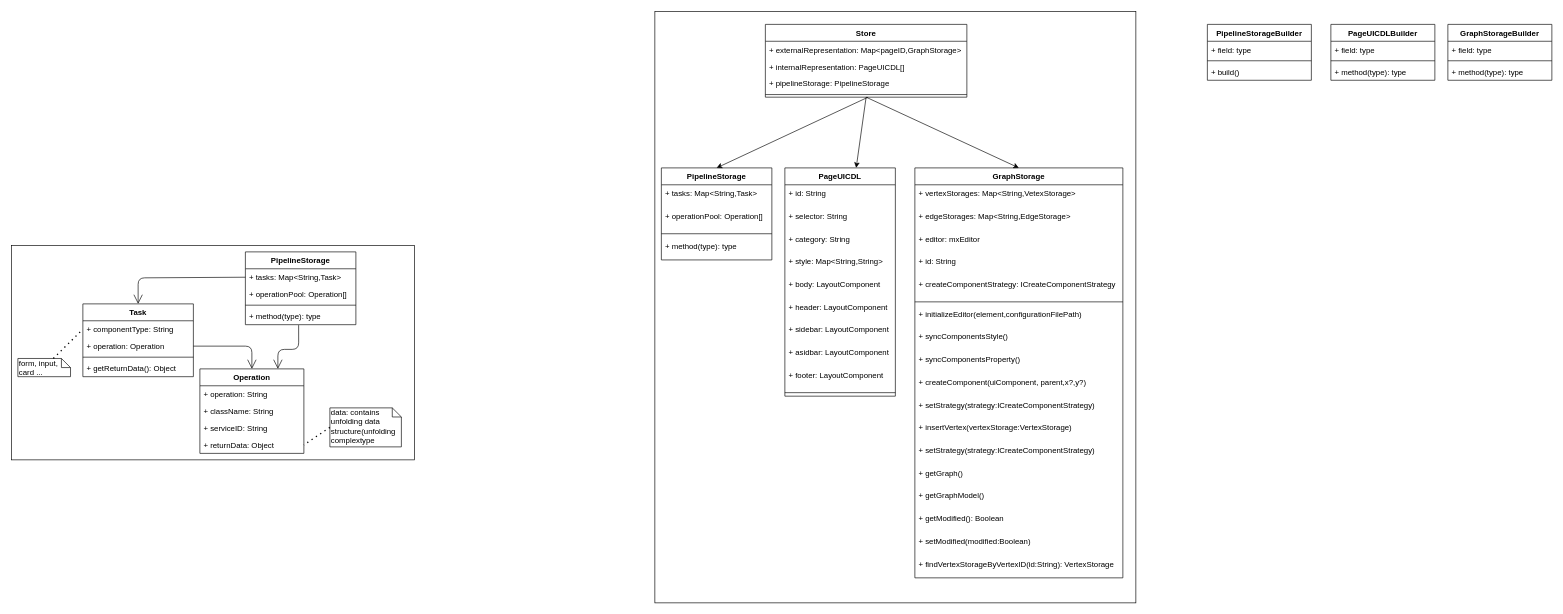
Above: page "Page-3" (3 of 10) of src/design/SystemArchitecture/UIClassDiagram.drawio in MingHsuan0313/UI-Design-Client (draw.io), before the change. Source tidied: cells renumbered, new cells numbered last; positions are measured from the earlier drawing's top-left corner, leaving out a move shared by most shapes. Both pictures are drawn from the tidied source at 65%, with x=0, y=0 at pixel (11, 11).
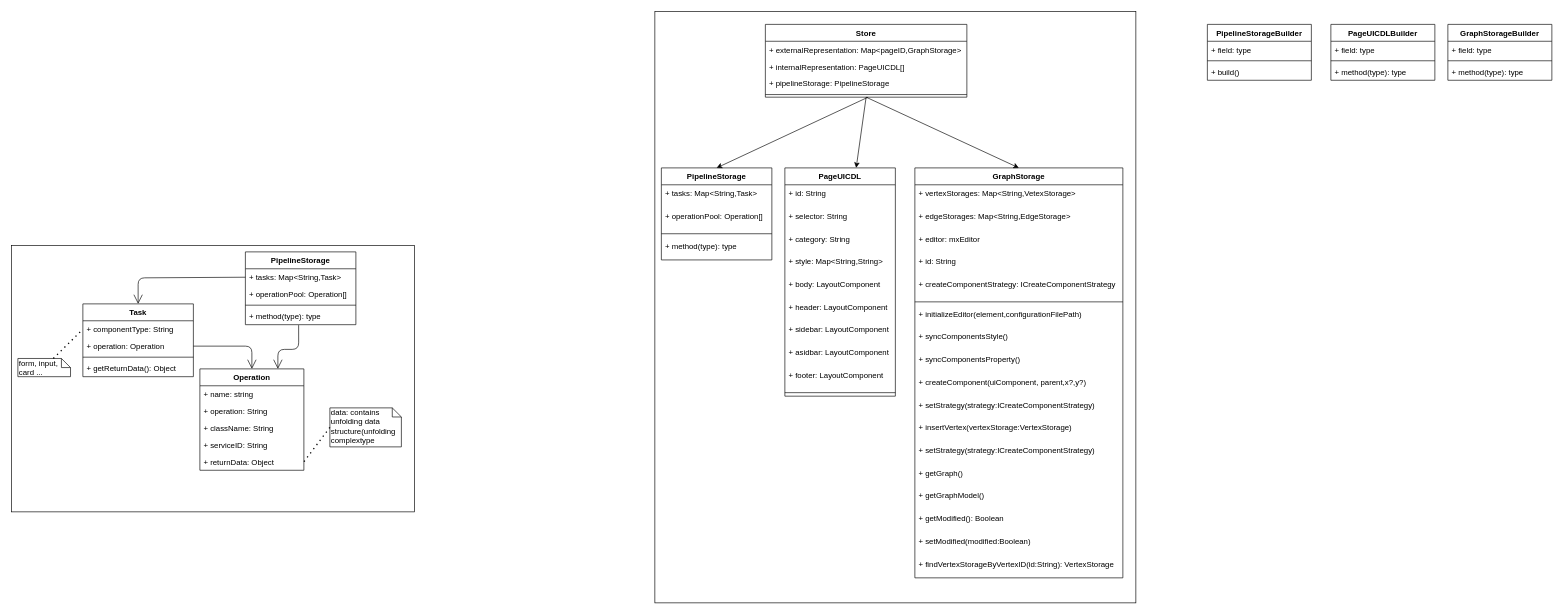
The same diagram, later.

The edit, as a diff of the source:
```diff
@@
     <mxCell id="2" style="rounded=0;whiteSpace=wrap;html=1;" parent="1" vertex="1">
-      <mxGeometry y="360" width="620" height="330" as="geometry" />
+      <mxGeometry y="360" width="620" height="410" as="geometry" />
     </mxCell>
     <mxCell id="3" value="Operation" style="swimlane;fontStyle=1;align=center;verticalAlign=top;horizontal=1;startSize=26;" parent="1" vertex="1">
-      <mxGeometry x="290" y="550" width="160" height="130" as="geometry" />
+      <mxGeometry x="290" y="550" width="160" height="156" as="geometry" />
     </mxCell>
-    <mxCell id="4" value="+ operation: String" style="text;strokeColor=none;fillColor=none;align=left;verticalAlign=top;spacingLeft=4;spacingRight=4;overflow=hidden;" parent="3" vertex="1">
+    <mxCell id="4" value="+ name: string" style="text;strokeColor=none;fillColor=none;align=left;verticalAlign=top;spacingLeft=4;spacingRight=4;overflow=hidden;" parent="3" vertex="1">
       <mxGeometry y="26" width="160" height="26" as="geometry" />
     </mxCell>
+    <mxCell id="82" value="+ operation: String" style="text;strokeColor=none;fillColor=none;align=left;verticalAlign=top;spacingLeft=4;spacingRight=4;overflow=hidden;" parent="3" vertex="1">
+      <mxGeometry y="52" width="160" height="26" as="geometry" />
+    </mxCell>
     <mxCell id="5" value="+ className: String" style="text;strokeColor=none;fillColor=none;align=left;verticalAlign=top;spacingLeft=4;spacingRight=4;overflow=hidden;" parent="3" vertex="1">
-      <mxGeometry y="52" width="160" height="26" as="geometry" />
+      <mxGeometry y="78" width="160" height="26" as="geometry" />
     </mxCell>
     <mxCell id="6" value="+ serviceID: String" style="text;strokeColor=none;fillColor=none;align=left;verticalAlign=top;spacingLeft=4;spacingRight=4;overflow=hidden;" parent="3" vertex="1">
-      <mxGeometry y="78" width="160" height="26" as="geometry" />
+      <mxGeometry y="104" width="160" height="26" as="geometry" />
     </mxCell>
     <mxCell id="7" value="+ returnData: Object" style="text;strokeColor=none;fillColor=none;align=left;verticalAlign=top;spacingLeft=4;spacingRight=4;overflow=hidden;points=[[0,0.5],[1,0.5]];portConstraint=eastwest;" parent="3" vertex="1">
-      <mxGeometry y="104" width="160" height="26" as="geometry" />
+      <mxGeometry y="130" width="160" height="26" as="geometry" />
     </mxCell>
```
